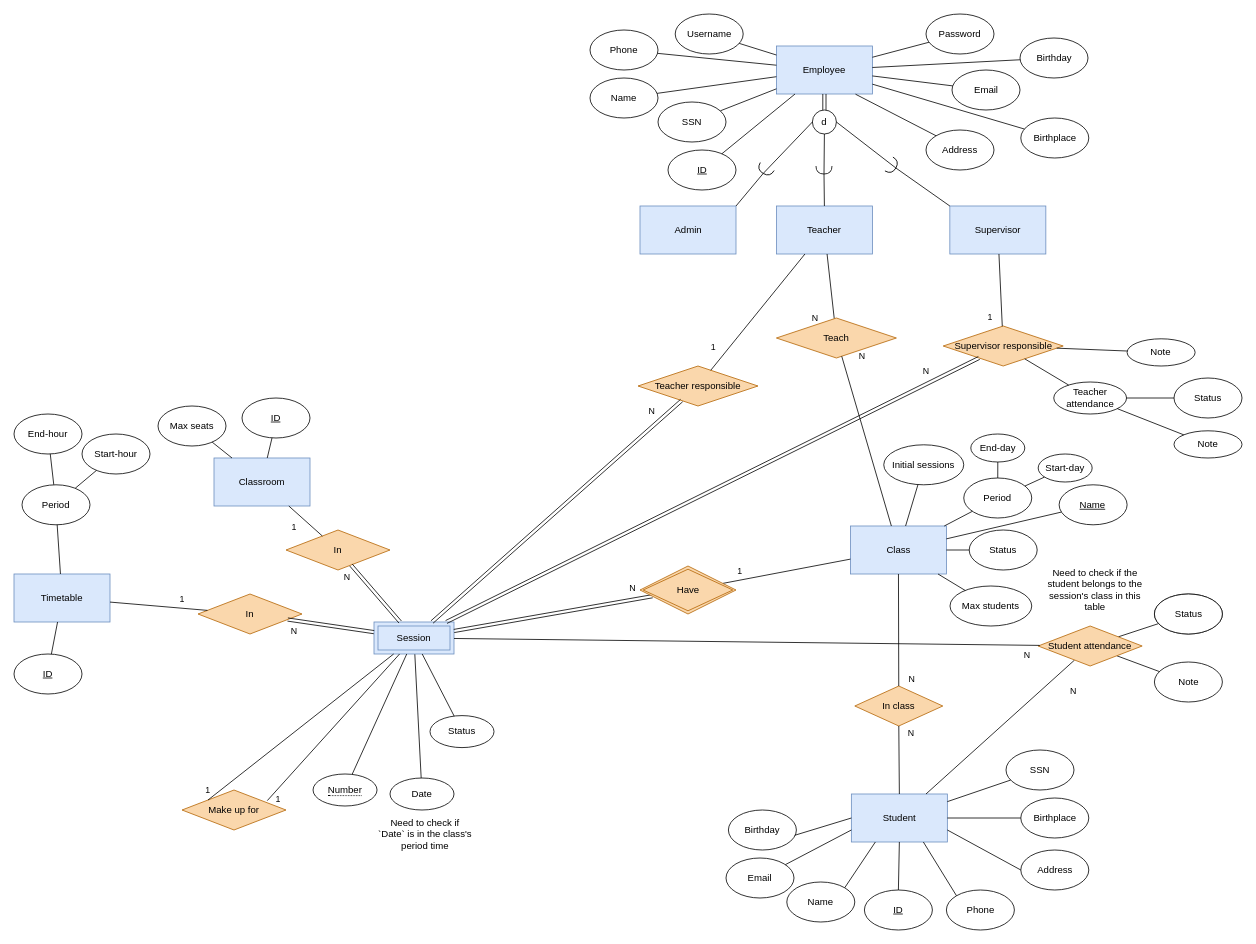
Earlier version of the draw.io diagram ERD.drawio (astr0tas/New-And-Improved-English-Center-Attendance-Check). Source tidied: cells renumbered, new cells numbered last; positions are measured from the earlier drawing's top-left corner, leaving out a move shared by most shapes. Both pictures are drawn from the tidied source at 80%, with x=0, y=0 at pixel (14, 14).
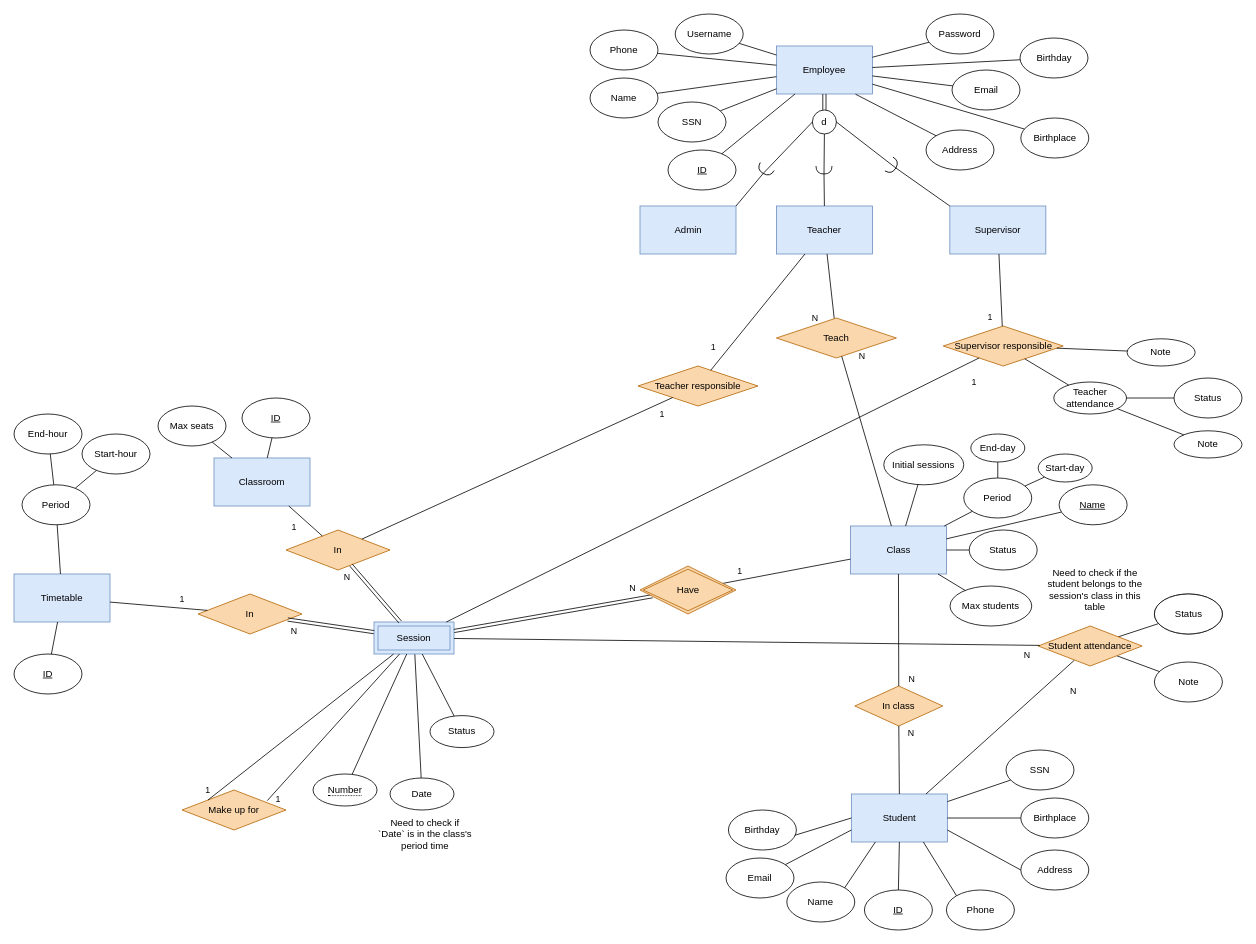
The same page after the edit.

The change refers to these unchanged cells:
```xml
<mxCell id="31" value="Teacher responsible" style="rhombus;whiteSpace=wrap;html=1;fillColor=#fad7ac;strokeColor=#b46504;" parent="1" vertex="1">
  <mxGeometry x="780" y="440" width="150" height="50" as="geometry" />
</mxCell>
<mxCell id="69" value="Session" style="shape=ext;margin=3;double=1;whiteSpace=wrap;html=1;align=center;fillColor=#DAE8FC;strokeColor=#6C8EBF;" parent="1" vertex="1">
  <mxGeometry x="450" y="760" width="100" height="40" as="geometry" />
</mxCell>
<mxCell id="106" value="Supervisor responsible" style="rhombus;whiteSpace=wrap;html=1;fillColor=#fad7ac;strokeColor=#b46504;" parent="1" vertex="1">
  <mxGeometry x="1161.5" y="390" width="150" height="50" as="geometry" />
</mxCell>
<mxCell id="119" value="In" style="rhombus;whiteSpace=wrap;html=1;fillColor=#fad7ac;strokeColor=#b46504;" parent="1" vertex="1">
  <mxGeometry x="340" y="645" width="130" height="50" as="geometry" />
</mxCell>
```

Change to the diagram source:
```diff
@@
-    <mxCell id="138" value="N" style="endArrow=none;html=1;rounded=0;shape=link;" parent="1" edge="1" source="69" target="31">
-      <mxGeometry x="0.82" y="14" relative="1" as="geometry" />
-    </mxCell>
-    <mxCell id="139" value="N" style="endArrow=none;html=1;rounded=0;shape=link;" parent="1" edge="1" source="69" target="106">
-      <mxGeometry x="0.82" y="14" relative="1" as="geometry" />
-    </mxCell>
+    <mxCell id="140" value="1" style="endArrow=none;html=1;rounded=0;" parent="1" edge="1" source="31" target="119">
+      <mxGeometry x="-0.9" y="13" relative="1" as="geometry" />
+    </mxCell>
+    <mxCell id="141" value="1" style="endArrow=none;html=1;rounded=0;" parent="1" edge="1" source="106" target="69">
+      <mxGeometry x="-0.95" y="24" relative="1" as="geometry" />
+    </mxCell>
```
